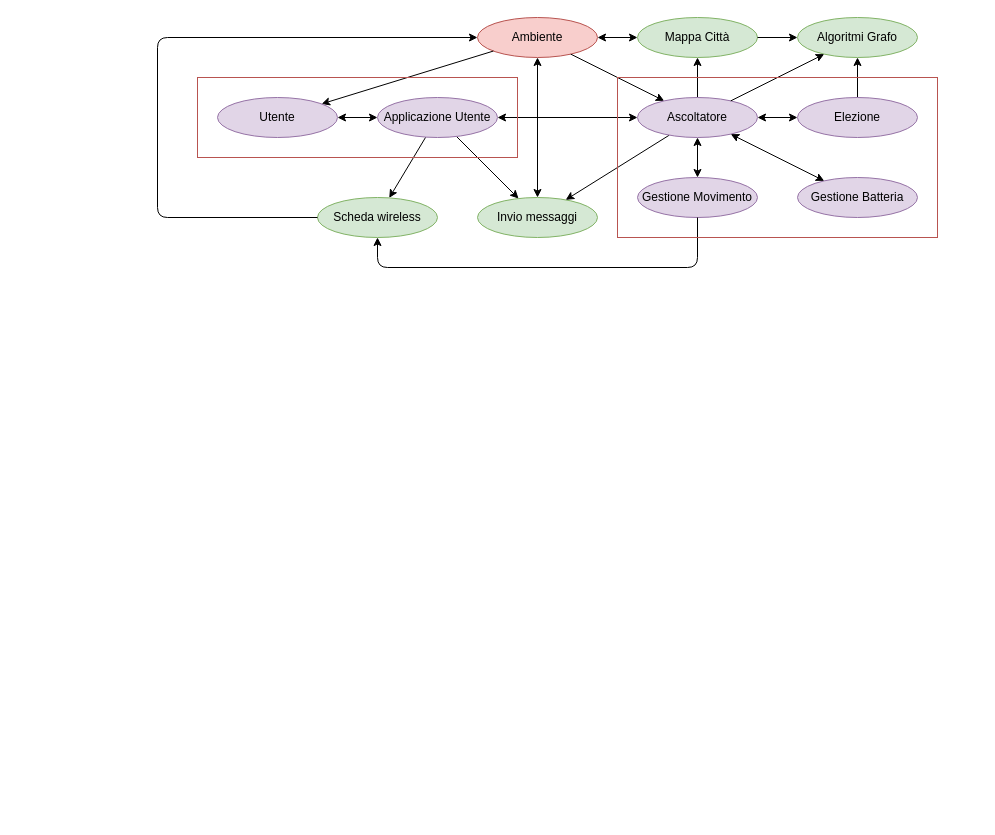
Before: relazione/schema_moduli_livello_2.drawio in kraots94/Sistemi, a draw.io diagram. Source tidied: cells renumbered, new cells numbered last; positions are measured from the earlier drawing's top-left corner, leaving out a move shared by most shapes. Both pictures are drawn from the tidied source at 100%, with x=0, y=0 at pixel (157, 17).
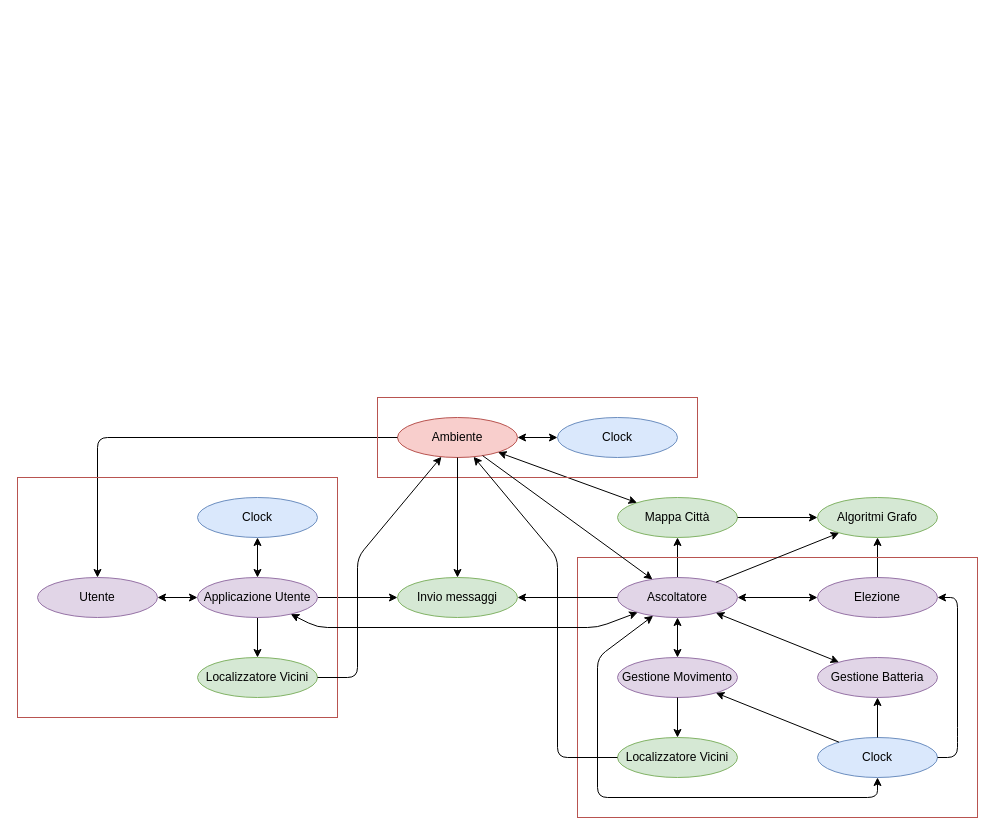
The same page after the edit.

Commit message (it also covers changes not shown here):
Relazione | Arc.fisica - moduli

The edit, as a diff of the source:
```diff
@@
     <mxCell id="2" value="Invio messaggi" style="ellipse;whiteSpace=wrap;html=1;fillColor=#d5e8d4;strokeColor=#82b366;" parent="1" vertex="1">
-      <mxGeometry x="320" y="180" width="120" height="40" as="geometry" />
+      <mxGeometry x="240" y="560" width="120" height="40" as="geometry" />
     </mxCell>
-    <mxCell id="3" value="Scheda wireless" style="ellipse;whiteSpace=wrap;html=1;fillColor=#d5e8d4;strokeColor=#82b366;" parent="1" vertex="1">
-      <mxGeometry x="160" y="180" width="120" height="40" as="geometry" />
-    </mxCell>
+    <mxCell id="33" value="Localizzatore Vicini" style="ellipse;whiteSpace=wrap;html=1;fillColor=#d5e8d4;strokeColor=#82b366;" parent="1" vertex="1">
+      <mxGeometry x="40" y="640" width="120" height="40" as="geometry" />
+    </mxCell>
     <mxCell id="4" value="Ambiente" style="ellipse;whiteSpace=wrap;html=1;fillColor=#f8cecc;strokeColor=#b85450;" parent="1" vertex="1">
-      <mxGeometry x="320" width="120" height="40" as="geometry" />
+      <mxGeometry x="240" y="400" width="120" height="40" as="geometry" />
     </mxCell>
     <mxCell id="5" value="Mappa Città" style="ellipse;whiteSpace=wrap;html=1;fillColor=#d5e8d4;strokeColor=#82b366;" parent="1" vertex="1">
-      <mxGeometry x="480" width="120" height="40" as="geometry" />
+      <mxGeometry x="460" y="480" width="120" height="40" as="geometry" />
     </mxCell>
     <mxCell id="6" style="endArrow=classic;html=1;" parent="1" edge="1" source="4" target="21">
-      <mxGeometry relative="1" as="geometry" />
+      <mxGeometry relative="1" as="geometry">
+        <Array as="points">
+          <mxPoint x="-60" y="420" />
+        </Array>
+      </mxGeometry>
     </mxCell>
-    <mxCell id="7" style="endArrow=classic;html=1;" parent="1" edge="1" source="22" target="3">
-      <mxGeometry relative="1" as="geometry" />
-    </mxCell>
+    <mxCell id="34" style="endArrow=classic;html=1;" parent="1" edge="1" source="22" target="33">
+      <mxGeometry relative="1" as="geometry" />
+    </mxCell>
@@
-    <mxCell id="9" style="endArrow=classic;html=1;" parent="1" edge="1" source="19" target="2">
-      <mxGeometry relative="1" as="geometry" />
-    </mxCell>
+    <mxCell id="13" value="Algoritmi Grafo" style="ellipse;whiteSpace=wrap;html=1;fillColor=#d5e8d4;strokeColor=#82b366;" parent="1" vertex="1">
+      <mxGeometry x="660" y="480" width="120" height="40" as="geometry" />
+    </mxCell>
+    <mxCell id="15" style="endArrow=classic;html=1;strokeColor=#000000;" parent="1" edge="1" source="5" target="13">
+      <mxGeometry relative="1" as="geometry" />
+    </mxCell>
+    <mxCell id="17" style="endArrow=classic;startArrow=classic;html=1;" parent="1" edge="1" source="4" target="5">
+      <mxGeometry relative="1" as="geometry" />
+    </mxCell>
+    <mxCell id="35" value="Clock" style="ellipse;whiteSpace=wrap;html=1;fillColor=#dae8fc;strokeColor=#6c8ebf;" parent="1" vertex="1">
+      <mxGeometry x="660" y="720" width="120" height="40" as="geometry" />
+    </mxCell>
+    <mxCell id="21" value="Utente" style="ellipse;whiteSpace=wrap;html=1;fillColor=#e1d5e7;strokeColor=#9673a6;" parent="1" vertex="1">
+      <mxGeometry x="-120" y="560" width="120" height="40" as="geometry" />
+    </mxCell>
+    <mxCell id="22" value="Applicazione Utente" style="ellipse;whiteSpace=wrap;html=1;fillColor=#e1d5e7;strokeColor=#9673a6;" parent="1" vertex="1">
+      <mxGeometry x="40" y="560" width="120" height="40" as="geometry" />
+    </mxCell>
+    <mxCell id="36" style="rounded=0;whiteSpace=wrap;html=1;fillColor=none;strokeColor=#b85450;" parent="1" vertex="1">
+      <mxGeometry x="-140" y="460" width="320" height="240" as="geometry" />
+    </mxCell>
+    <mxCell id="26" style="endArrow=classic;startArrow=classic;html=1;" parent="1" edge="1" source="21" target="22">
+      <mxGeometry relative="1" as="geometry" />
+    </mxCell>
@@
-    <mxCell id="11" style="endArrow=classic;html=1;" parent="1" edge="1" source="4" target="19">
-      <mxGeometry relative="1" as="geometry" />
-    </mxCell>
-    <mxCell id="12" style="endArrow=classic;html=1;" parent="1" edge="1" source="3" target="4">
-      <mxGeometry relative="1" as="geometry">
-        <Array as="points">
-          <mxPoint y="200" />
-          <mxPoint y="20" />
-        </Array>
-      </mxGeometry>
-    </mxCell>
-    <mxCell id="13" value="Algoritmi Grafo" style="ellipse;whiteSpace=wrap;html=1;fillColor=#d5e8d4;strokeColor=#82b366;" parent="1" vertex="1">
-      <mxGeometry x="640" width="120" height="40" as="geometry" />
-    </mxCell>
@@
-    <mxCell id="15" style="endArrow=classic;html=1;strokeColor=#000000;" parent="1" edge="1" source="5" target="13">
-      <mxGeometry relative="1" as="geometry" />
-    </mxCell>
-    <mxCell id="16" style="endArrow=classic;startArrow=classic;html=1;" parent="1" edge="1" source="2" target="4">
-      <mxGeometry relative="1" as="geometry" />
-    </mxCell>
-    <mxCell id="17" style="endArrow=classic;startArrow=classic;html=1;" parent="1" edge="1" source="4" target="5">
-      <mxGeometry relative="1" as="geometry" />
-    </mxCell>
-    <mxCell id="18" style="endArrow=classic;startArrow=classic;html=1;" parent="1" edge="1" source="22" target="19">
-      <mxGeometry relative="1" as="geometry" />
-    </mxCell>
     <mxCell id="19" value="Ascoltatore" style="ellipse;whiteSpace=wrap;html=1;fillColor=#e1d5e7;strokeColor=#9673a6;" parent="1" vertex="1">
-      <mxGeometry x="480" y="80" width="120" height="40" as="geometry" />
+      <mxGeometry x="460" y="560" width="120" height="40" as="geometry" />
     </mxCell>
     <mxCell id="20" value="Elezione" style="ellipse;whiteSpace=wrap;html=1;fillColor=#e1d5e7;strokeColor=#9673a6;" parent="1" vertex="1">
-      <mxGeometry x="640" y="80" width="120" height="40" as="geometry" />
+      <mxGeometry x="660" y="560" width="120" height="40" as="geometry" />
     </mxCell>
-    <mxCell id="21" value="Utente" style="ellipse;whiteSpace=wrap;html=1;fillColor=#e1d5e7;strokeColor=#9673a6;" parent="1" vertex="1">
-      <mxGeometry x="60" y="80" width="120" height="40" as="geometry" />
-    </mxCell>
-    <mxCell id="22" value="Applicazione Utente" style="ellipse;whiteSpace=wrap;html=1;fillColor=#e1d5e7;strokeColor=#9673a6;" parent="1" vertex="1">
-      <mxGeometry x="220" y="80" width="120" height="40" as="geometry" />
-    </mxCell>
-    <mxCell id="23" style="rounded=0;whiteSpace=wrap;html=1;fillColor=none;strokeColor=#b85450;" parent="1" vertex="1">
-      <mxGeometry x="40" y="60" width="320" height="80" as="geometry" />
-    </mxCell>
@@
-    <mxCell id="25" style="endArrow=classic;html=1;" parent="1" edge="1" source="19" target="13">
-      <mxGeometry relative="1" as="geometry" />
-    </mxCell>
-    <mxCell id="26" style="endArrow=classic;startArrow=classic;html=1;" parent="1" edge="1" source="21" target="22">
-      <mxGeometry relative="1" as="geometry" />
-    </mxCell>
     <mxCell id="27" value="Gestione Batteria" style="ellipse;whiteSpace=wrap;html=1;fillColor=#e1d5e7;strokeColor=#9673a6;" parent="1" vertex="1">
-      <mxGeometry x="640" y="160" width="120" height="40" as="geometry" />
+      <mxGeometry x="660" y="640" width="120" height="40" as="geometry" />
     </mxCell>
     <mxCell id="28" value="Gestione Movimento" style="ellipse;whiteSpace=wrap;html=1;fillColor=#e1d5e7;strokeColor=#9673a6;" parent="1" vertex="1">
-      <mxGeometry x="480" y="160" width="120" height="40" as="geometry" />
+      <mxGeometry x="460" y="640" width="120" height="40" as="geometry" />
     </mxCell>
@@
-    <mxCell id="31" style="endArrow=classic;html=1;strokeColor=#000000;" parent="1" edge="1" source="28" target="3">
-      <mxGeometry relative="1" as="geometry">
-        <Array as="points">
-          <mxPoint x="540" y="250" />
-          <mxPoint x="220" y="250" />
-        </Array>
-      </mxGeometry>
-    </mxCell>
-    <mxCell id="32" style="rounded=0;whiteSpace=wrap;html=1;fillColor=none;strokeColor=#b85450;" parent="1" vertex="1">
-      <mxGeometry x="460" y="60" width="320" height="160" as="geometry" />
-    </mxCell>
+    <mxCell id="37" style="rounded=0;whiteSpace=wrap;html=1;fillColor=none;strokeColor=#b85450;" parent="1" vertex="1">
+      <mxGeometry x="420" y="540" width="400" height="260" as="geometry" />
+    </mxCell>
+    <mxCell id="38" value="Clock" style="ellipse;whiteSpace=wrap;html=1;fillColor=#dae8fc;strokeColor=#6c8ebf;" parent="1" vertex="1">
+      <mxGeometry x="40" y="480" width="120" height="40" as="geometry" />
+    </mxCell>
+    <mxCell id="39" style="endArrow=classic;startArrow=classic;html=1;" parent="1" edge="1" source="35" target="19">
+      <mxGeometry relative="1" as="geometry">
+        <Array as="points">
+          <mxPoint x="720" y="780" />
+          <mxPoint x="440" y="780" />
+          <mxPoint x="440" y="640" />
+        </Array>
+      </mxGeometry>
+    </mxCell>
+    <mxCell id="40" style="endArrow=classic;html=1;" parent="1" edge="1" source="35" target="28">
+      <mxGeometry relative="1" as="geometry" />
+    </mxCell>
+    <mxCell id="41" style="endArrow=classic;html=1;" parent="1" edge="1" source="35" target="27">
+      <mxGeometry relative="1" as="geometry" />
+    </mxCell>
+    <mxCell id="42" style="endArrow=classic;html=1;" parent="1" edge="1" source="28" target="46">
+      <mxGeometry relative="1" as="geometry" />
+    </mxCell>
+    <mxCell id="43" style="endArrow=classic;startArrow=classic;html=1;" parent="1" edge="1" source="22" target="38">
+      <mxGeometry relative="1" as="geometry" />
+    </mxCell>
+    <mxCell id="44" style="endArrow=classic;startArrow=classic;html=1;" parent="1" edge="1" source="47" target="4">
+      <mxGeometry relative="1" as="geometry" />
+    </mxCell>
+    <mxCell id="45" style="endArrow=classic;html=1;" parent="1" edge="1" source="35" target="20">
+      <mxGeometry relative="1" as="geometry">
+        <Array as="points">
+          <mxPoint x="800" y="740" />
+          <mxPoint x="800" y="720" />
+          <mxPoint x="800" y="580" />
+        </Array>
+      </mxGeometry>
+    </mxCell>
+    <mxCell id="46" value="Localizzatore Vicini" style="ellipse;whiteSpace=wrap;html=1;fillColor=#d5e8d4;strokeColor=#82b366;" parent="1" vertex="1">
+      <mxGeometry x="460" y="720" width="120" height="40" as="geometry" />
+    </mxCell>
+    <mxCell id="47" value="Clock" style="ellipse;whiteSpace=wrap;html=1;fillColor=#dae8fc;strokeColor=#6c8ebf;" parent="1" vertex="1">
+      <mxGeometry x="400" y="400" width="120" height="40" as="geometry" />
+    </mxCell>
+    <mxCell id="48" style="rounded=0;whiteSpace=wrap;html=1;fillColor=none;strokeColor=#b85450;" parent="1" vertex="1">
+      <mxGeometry x="220" y="380" width="320" height="80" as="geometry" />
+    </mxCell>
+    <mxCell id="49" style="endArrow=classic;html=1;" parent="1" edge="1" source="33" target="4">
+      <mxGeometry relative="1" as="geometry">
+        <Array as="points">
+          <mxPoint x="200" y="660" />
+          <mxPoint x="200" y="540" />
+        </Array>
+      </mxGeometry>
+    </mxCell>
+    <mxCell id="50" style="endArrow=classic;html=1;" parent="1" edge="1" source="46" target="4">
+      <mxGeometry relative="1" as="geometry">
+        <Array as="points">
+          <mxPoint x="400" y="740" />
+          <mxPoint x="400" y="540" />
+        </Array>
+      </mxGeometry>
+    </mxCell>
+    <mxCell id="18" style="endArrow=classic;startArrow=classic;html=1;" parent="1" edge="1" source="22" target="19">
+      <mxGeometry relative="1" as="geometry">
+        <Array as="points">
+          <mxPoint x="160" y="610" />
+          <mxPoint x="440" y="610" />
+        </Array>
+      </mxGeometry>
+    </mxCell>
+    <mxCell id="51" style="endArrow=classic;html=1;" parent="1" edge="1" source="4" target="2">
+      <mxGeometry relative="1" as="geometry" />
+    </mxCell>
+    <mxCell id="9" style="endArrow=classic;html=1;" parent="1" edge="1" source="19" target="2">
+      <mxGeometry relative="1" as="geometry" />
+    </mxCell>
+    <mxCell id="11" style="endArrow=classic;html=1;" parent="1" edge="1" source="4" target="19">
+      <mxGeometry relative="1" as="geometry" />
+    </mxCell>
+    <mxCell id="25" style="endArrow=classic;html=1;" parent="1" edge="1" source="19" target="13">
+      <mxGeometry relative="1" as="geometry" />
+    </mxCell>
```
